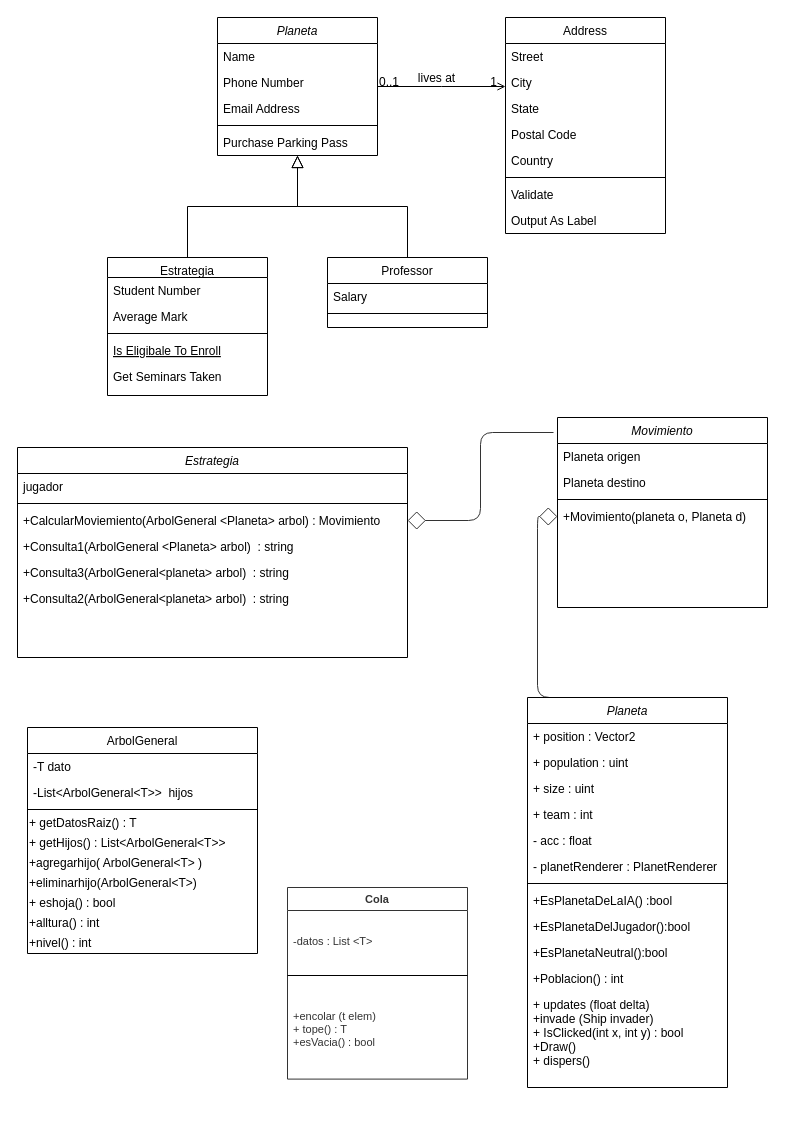
Above: UML e Informe/TP_bot.drawio in iodenKisuka/TP_FINALBOT_DaianaLorenaCabreraSaldivar (draw.io), before the change. Source tidied: cells renumbered, new cells numbered last; positions are measured from the earlier drawing's top-left corner, leaving out a move shared by most shapes. Both pictures are drawn from the tidied source at 100%, with x=0, y=0 at pixel (17, 17).
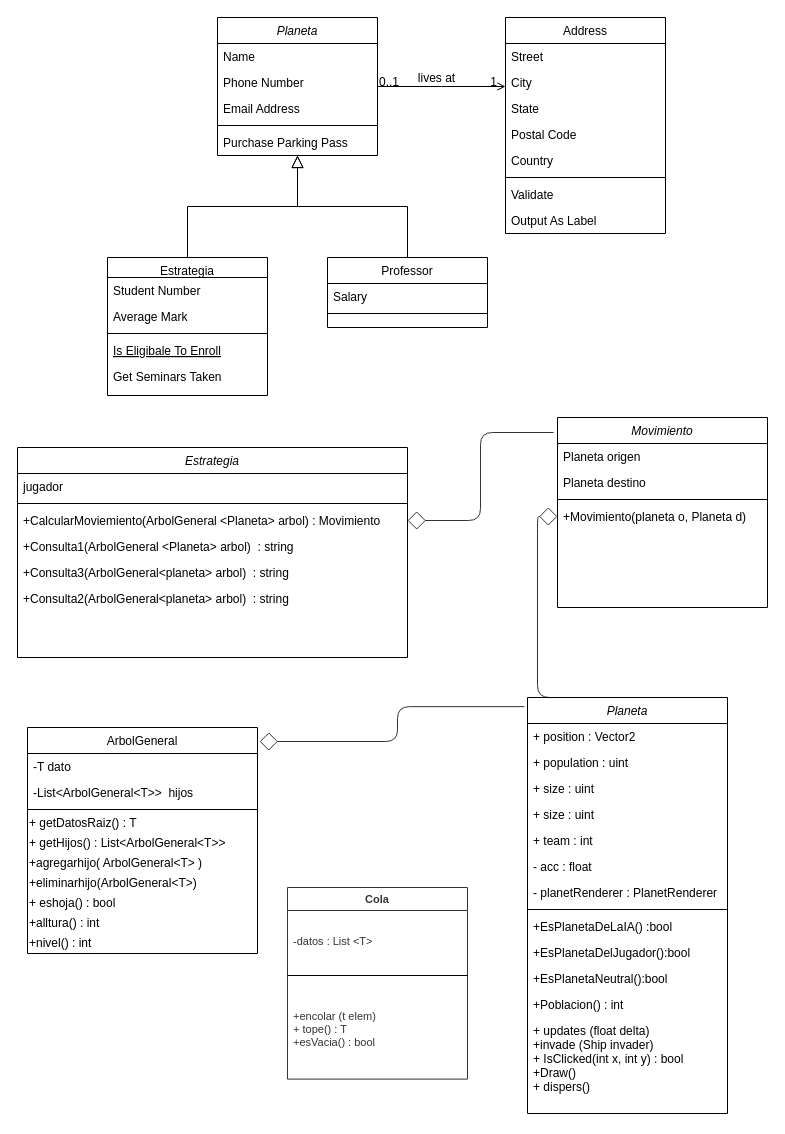
After the change.

The change refers to these unchanged cells:
```xml
<mxCell id="32" value="ArbolGeneral" style="swimlane;fontStyle=0;align=center;verticalAlign=top;horizontal=1;startSize=26;rounded=0;shadow=0;strokeWidth=1;" parent="1" vertex="1">
  <mxGeometry x="10" y="710" width="230" height="226" as="geometry" />
</mxCell>
```

The edit, as a diff of the source:
```diff
@@
     <mxCell id="52" value="Planeta" style="swimlane;fontStyle=2;align=center;verticalAlign=top;horizontal=1;startSize=26;rounded=0;shadow=0;strokeWidth=1;" parent="1" vertex="1">
-      <mxGeometry x="510" y="680" width="200" height="390" as="geometry" />
+      <mxGeometry x="510" y="680" width="200" height="416" as="geometry" />
     </mxCell>
@@
+    <mxCell id="74" value="+ size : uint" style="text;align=left;verticalAlign=top;spacingLeft=4;spacingRight=4;overflow=hidden;" parent="52" vertex="1">
+      <mxGeometry y="78" width="200" height="26" as="geometry" />
+    </mxCell>
     <mxCell id="55" value="+ size : uint" style="text;align=left;verticalAlign=top;spacingLeft=4;spacingRight=4;overflow=hidden;" parent="52" vertex="1">
-      <mxGeometry y="78" width="200" height="26" as="geometry" />
+      <mxGeometry y="104" width="200" height="26" as="geometry" />
     </mxCell>
     <mxCell id="56" value="+ team : int" style="text;align=left;verticalAlign=top;spacingLeft=4;spacingRight=4;overflow=hidden;" parent="52" vertex="1">
-      <mxGeometry y="104" width="200" height="26" as="geometry" />
+      <mxGeometry y="130" width="200" height="26" as="geometry" />
     </mxCell>
     <mxCell id="57" value="- acc : float" style="text;align=left;verticalAlign=top;spacingLeft=4;spacingRight=4;overflow=hidden;" parent="52" vertex="1">
-      <mxGeometry y="130" width="200" height="26" as="geometry" />
+      <mxGeometry y="156" width="200" height="26" as="geometry" />
     </mxCell>
     <mxCell id="58" value="- planetRenderer : PlanetRenderer" style="text;align=left;verticalAlign=top;spacingLeft=4;spacingRight=4;overflow=hidden;" parent="52" vertex="1">
-      <mxGeometry y="156" width="200" height="26" as="geometry" />
+      <mxGeometry y="182" width="200" height="26" as="geometry" />
     </mxCell>
     <mxCell id="59" style="line;html=1;strokeWidth=1;align=left;verticalAlign=middle;spacingTop=-1;spacingLeft=3;spacingRight=3;labelPosition=right;" parent="52" vertex="1">
-      <mxGeometry y="182" width="200" height="8" as="geometry" />
+      <mxGeometry y="208" width="200" height="8" as="geometry" />
     </mxCell>
     <mxCell id="60" value="+EsPlanetaDeLaIA() :bool" style="text;align=left;verticalAlign=top;spacingLeft=4;spacingRight=4;overflow=hidden;" parent="52" vertex="1">
-      <mxGeometry y="190" width="200" height="26" as="geometry" />
+      <mxGeometry y="216" width="200" height="26" as="geometry" />
     </mxCell>
     <mxCell id="61" value="+EsPlanetaDelJugador():bool" style="text;align=left;verticalAlign=top;spacingLeft=4;spacingRight=4;overflow=hidden;" parent="52" vertex="1">
-      <mxGeometry y="216" width="200" height="26" as="geometry" />
+      <mxGeometry y="242" width="200" height="26" as="geometry" />
     </mxCell>
     <mxCell id="62" value="+EsPlanetaNeutral():bool" style="text;align=left;verticalAlign=top;spacingLeft=4;spacingRight=4;overflow=hidden;" parent="52" vertex="1">
-      <mxGeometry y="242" width="200" height="26" as="geometry" />
+      <mxGeometry y="268" width="200" height="26" as="geometry" />
     </mxCell>
     <mxCell id="63" value="+Poblacion() : int" style="text;align=left;verticalAlign=top;spacingLeft=4;spacingRight=4;overflow=hidden;" parent="52" vertex="1">
-      <mxGeometry y="268" width="200" height="26" as="geometry" />
+      <mxGeometry y="294" width="200" height="26" as="geometry" />
     </mxCell>
     <mxCell id="64" value="+ updates (float delta)&#10;+invade (Ship invader)&#10;+ IsClicked(int x, int y) : bool&#10;+Draw()&#10;+ dispers()" style="text;align=left;verticalAlign=top;spacingLeft=4;spacingRight=4;overflow=hidden;" parent="52" vertex="1">
-      <mxGeometry y="294" width="200" height="96" as="geometry" />
+      <mxGeometry y="320" width="200" height="96" as="geometry" />
     </mxCell>
@@
+    <mxCell id="75" style="html=1;jettySize=18;fontSize=11;strokeColor=#333333;strokeOpacity=100;rounded=1;arcSize=24;edgeStyle=elbowEdgeStyle;startArrow=none;endArrow=diamond;endFill=0;endSize=16;exitX=-0.015;exitY=0.022;exitDx=0;exitDy=0;entryX=1.009;entryY=0.062;entryDx=0;entryDy=0;entryPerimeter=0;exitPerimeter=0;" parent="1" edge="1" source="52" target="32">
+      <mxGeometry relative="1" as="geometry">
+        <Array as="points">
+          <mxPoint x="380" y="689" />
+          <mxPoint x="470" y="590" />
+        </Array>
+      </mxGeometry>
+    </mxCell>
```
